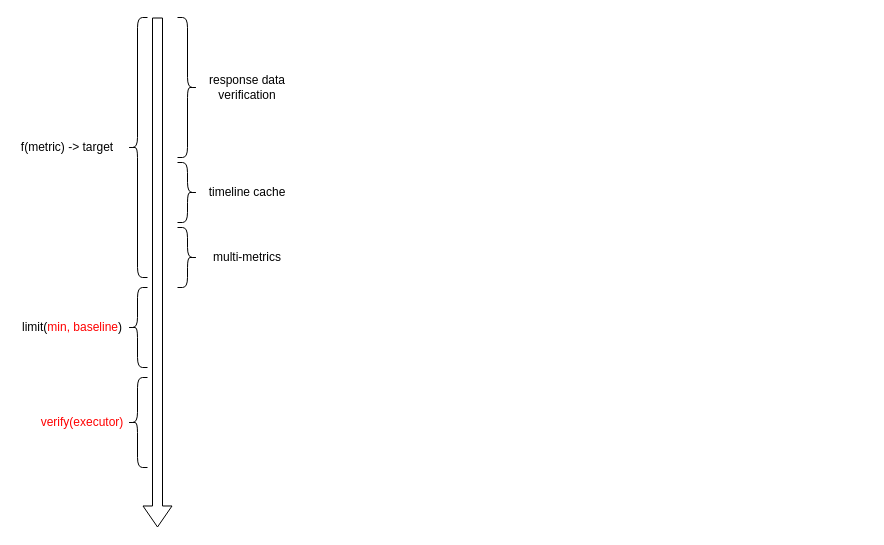
kevinlynx/test keeps this draw.io diagram as mess.drawio. Above is the earlier version. Source tidied: cells renumbered, new cells numbered last; positions are measured from the earlier drawing's top-left corner, leaving out a move shared by most shapes. Both pictures are drawn from the tidied source at 100%, with x=0, y=0 at pixel (17, 17).
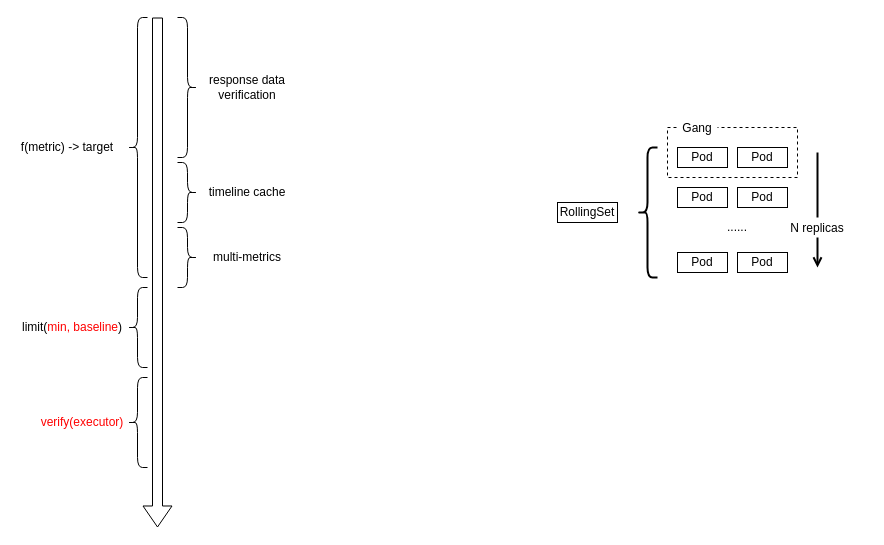
The same page after the edit.

Diff of the diagram source:
```diff
@@
+    <mxCell id="15" style="rounded=0;whiteSpace=wrap;html=1;dashed=1;strokeWidth=1;" parent="1" vertex="1">
+      <mxGeometry x="650" y="110" width="130" height="50" as="geometry" />
+    </mxCell>
@@
+    <mxCell id="16" value="Pod" style="rounded=0;whiteSpace=wrap;html=1;" parent="1" vertex="1">
+      <mxGeometry x="660" y="130" width="50" height="20" as="geometry" />
+    </mxCell>
+    <mxCell id="17" value="Pod" style="rounded=0;whiteSpace=wrap;html=1;" parent="1" vertex="1">
+      <mxGeometry x="720" y="130" width="50" height="20" as="geometry" />
+    </mxCell>
+    <mxCell id="18" value="Pod" style="rounded=0;whiteSpace=wrap;html=1;" parent="1" vertex="1">
+      <mxGeometry x="660" y="170" width="50" height="20" as="geometry" />
+    </mxCell>
+    <mxCell id="19" value="Pod" style="rounded=0;whiteSpace=wrap;html=1;" parent="1" vertex="1">
+      <mxGeometry x="720" y="170" width="50" height="20" as="geometry" />
+    </mxCell>
+    <mxCell id="20" value="Pod" style="rounded=0;whiteSpace=wrap;html=1;" parent="1" vertex="1">
+      <mxGeometry x="660" y="235" width="50" height="20" as="geometry" />
+    </mxCell>
+    <mxCell id="21" value="Pod" style="rounded=0;whiteSpace=wrap;html=1;" parent="1" vertex="1">
+      <mxGeometry x="720" y="235" width="50" height="20" as="geometry" />
+    </mxCell>
+    <mxCell id="22" value="......" style="text;html=1;strokeColor=none;fillColor=none;align=center;verticalAlign=middle;whiteSpace=wrap;rounded=0;" parent="1" vertex="1">
+      <mxGeometry x="670" y="195" width="100" height="30" as="geometry" />
+    </mxCell>
+    <mxCell id="23" value="RollingSet" style="rounded=0;whiteSpace=wrap;html=1;" parent="1" vertex="1">
+      <mxGeometry x="540" y="185" width="60" height="20" as="geometry" />
+    </mxCell>
+    <mxCell id="24" style="shape=curlyBracket;whiteSpace=wrap;html=1;rounded=1;labelPosition=left;verticalLabelPosition=middle;align=right;verticalAlign=middle;strokeWidth=2;" parent="1" vertex="1">
+      <mxGeometry x="620" y="130" width="20" height="130" as="geometry" />
+    </mxCell>
+    <mxCell id="25" style="endArrow=open;html=1;rounded=0;endFill=0;strokeWidth=2;" parent="1" edge="1" source="27">
+      <mxGeometry relative="1" as="geometry">
+        <mxPoint x="800" y="250" as="targetPoint" />
+      </mxGeometry>
+    </mxCell>
+    <mxCell id="26" style="endArrow=none;html=1;rounded=0;endFill=0;strokeWidth=2;" parent="1" edge="1" target="27">
+      <mxGeometry relative="1" as="geometry">
+        <mxPoint x="800" y="135" as="sourcePoint" />
+      </mxGeometry>
+    </mxCell>
+    <mxCell id="27" value="&lt;p style=&quot;line-height: 100%;&quot;&gt;N replicas&lt;/p&gt;" style="text;html=1;strokeColor=none;fillColor=none;align=center;verticalAlign=middle;whiteSpace=wrap;rounded=0;" parent="1" vertex="1">
+      <mxGeometry x="750" y="200" width="100" height="20" as="geometry" />
+    </mxCell>
+    <mxCell id="28" value="&lt;p style=&quot;line-height: 100%;&quot;&gt;Gang&lt;/p&gt;" style="text;html=1;strokeColor=none;fillColor=default;align=center;verticalAlign=middle;whiteSpace=wrap;rounded=0;" parent="1" vertex="1">
+      <mxGeometry x="660" y="100" width="40" height="20" as="geometry" />
+    </mxCell>
```
